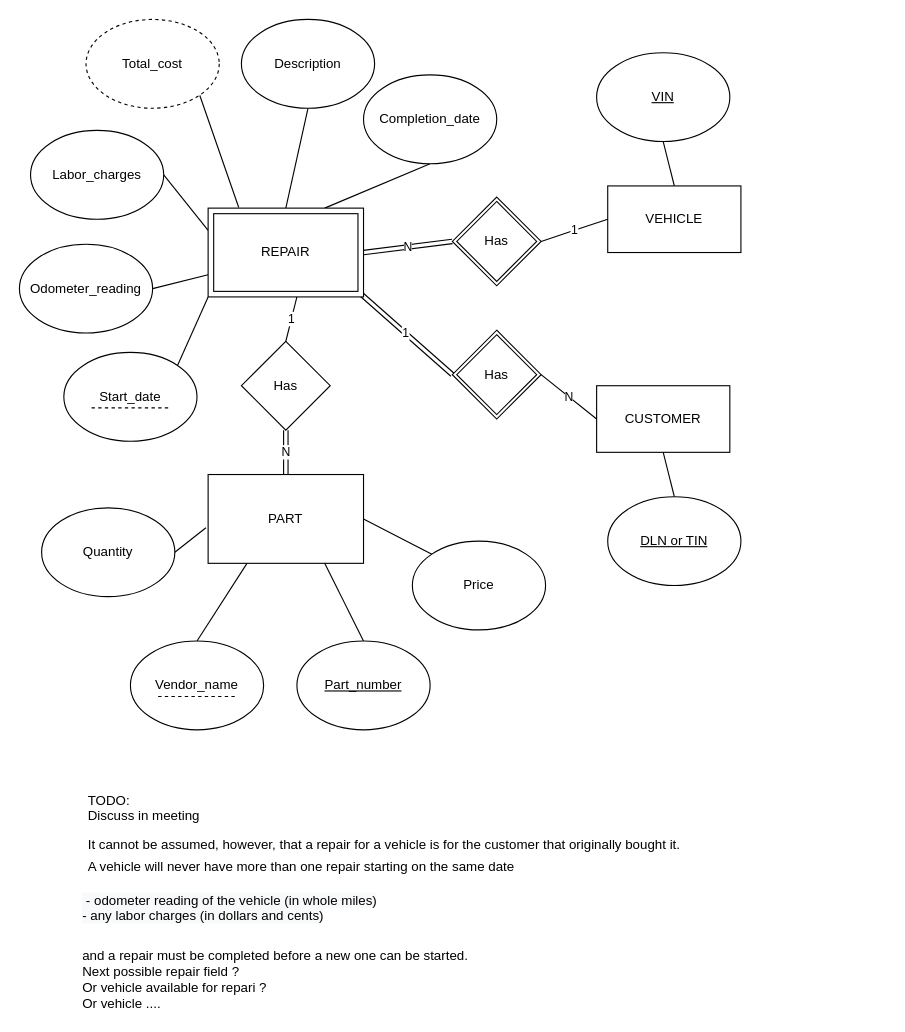
Before: page "Review" (2 of 2) of Repairs-Service Writer/Repair-Service Writer - EER.drawio in dennismdan/car_dealership_database_proj, a draw.io diagram. Source tidied: cells renumbered, new cells numbered last; positions are measured from the earlier drawing's top-left corner, leaving out a move shared by most shapes. Both pictures are drawn from the tidied source at 111%, with x=0, y=0 at pixel (19, 19).
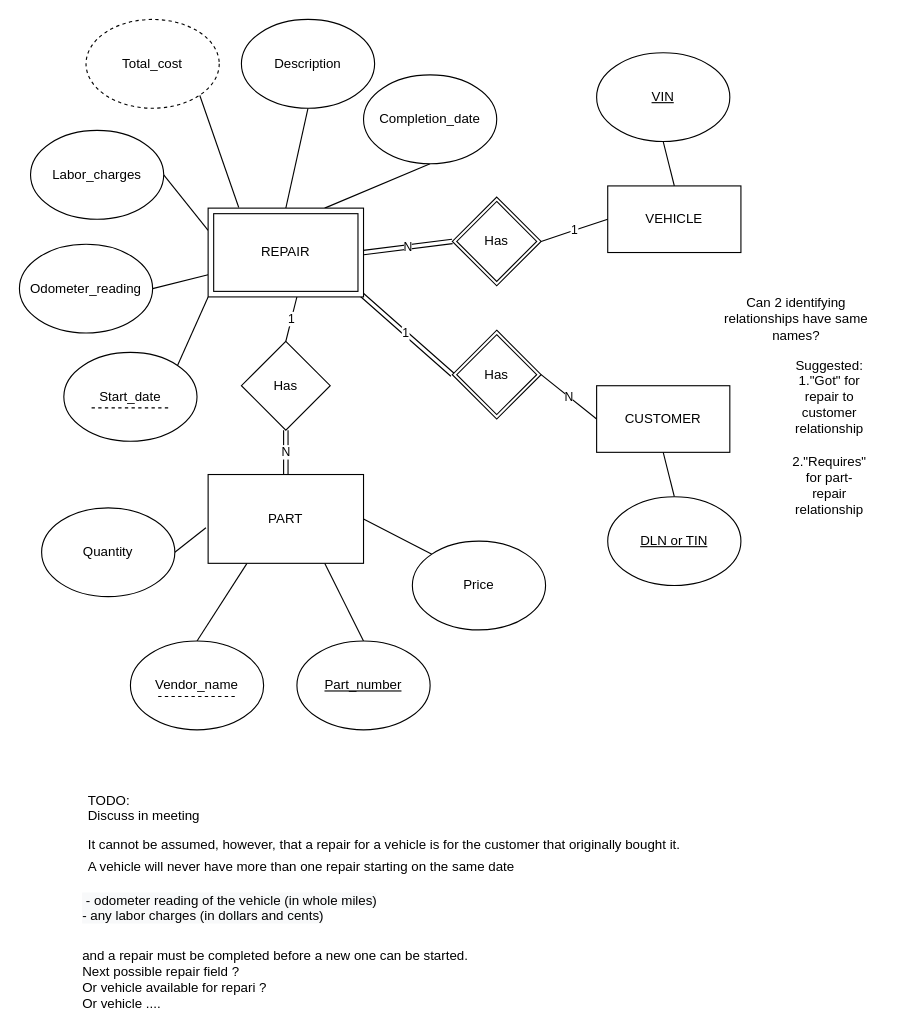
The same page after the edit.

Change to the diagram source:
```diff
@@
+    <mxCell id="50" value="Can 2 identifying relationships have same names?" style="text;html=1;strokeColor=none;fillColor=none;align=center;verticalAlign=middle;whiteSpace=wrap;rounded=0;" parent="1" vertex="1">
+      <mxGeometry x="620" y="260" width="160" height="20" as="geometry" />
+    </mxCell>
+    <mxCell id="51" value="Suggested: 1.&quot;Got&quot; for repair to customer relationship" style="text;html=1;strokeColor=none;fillColor=none;align=center;verticalAlign=middle;whiteSpace=wrap;rounded=0;" parent="1" vertex="1">
+      <mxGeometry x="710" y="330" width="40" height="20" as="geometry" />
+    </mxCell>
+    <mxCell id="52" value="2.&quot;Requires&quot; for part-repair relationship" style="text;html=1;strokeColor=none;fillColor=none;align=center;verticalAlign=middle;whiteSpace=wrap;rounded=0;" parent="1" vertex="1">
+      <mxGeometry x="710" y="410" width="40" height="20" as="geometry" />
+    </mxCell>
```
